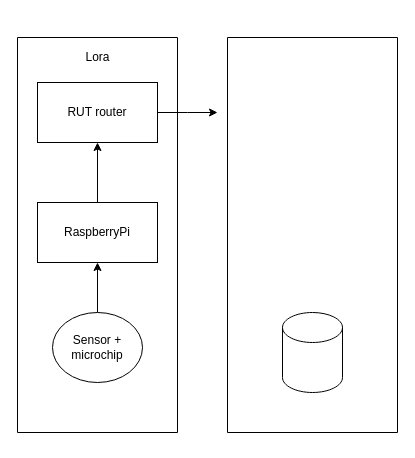
Before: Untitled Diagram.drawio in emilbang/emilbang.github.io, a draw.io diagram. Source tidied: cells renumbered, new cells numbered last; positions are measured from the earlier drawing's top-left corner, leaving out a move shared by most shapes. Both pictures are drawn from the tidied source at 100%, with x=0, y=0 at pixel (17, 37).
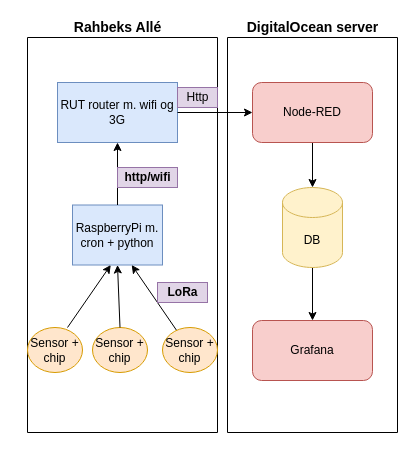
Above is the later version.

Unchanged cells that the change refers to:
```xml
<mxCell id="9" style="swimlane;startSize=0;" parent="1" vertex="1">
  <mxGeometry x="210" width="170" height="395" as="geometry" />
</mxCell>
```

Diff of the diagram source:
```diff
@@
     <mxCell id="2" style="swimlane;startSize=0;" parent="1" vertex="1">
-      <mxGeometry width="160" height="395" as="geometry" />
+      <mxGeometry x="10" width="190" height="395" as="geometry" />
     </mxCell>
-    <mxCell id="3" value="RaspberryPi" style="rounded=0;whiteSpace=wrap;html=1;" parent="2" vertex="1">
-      <mxGeometry x="20" y="165" width="120" height="60" as="geometry" />
+    <mxCell id="3" value="RaspberryPi m. cron + python" style="rounded=0;whiteSpace=wrap;html=1;fillColor=#dae8fc;strokeColor=#6c8ebf;" parent="2" vertex="1">
+      <mxGeometry x="45" y="167.5" width="90" height="60" as="geometry" />
     </mxCell>
-    <mxCell id="4" style="endArrow=classic;html=1;rounded=0;entryX=0.5;entryY=1;entryDx=0;entryDy=0;startArrow=none;" parent="2" edge="1" source="8" target="3">
+    <mxCell id="4" style="endArrow=classic;html=1;rounded=0;entryX=0.658;entryY=1;entryDx=0;entryDy=0;startArrow=none;entryPerimeter=0;" parent="2" edge="1" source="8" target="3">
       <mxGeometry relative="1" as="geometry" />
     </mxCell>
@@
-    <mxCell id="6" value="RUT router" style="rounded=0;whiteSpace=wrap;html=1;" parent="2" vertex="1">
-      <mxGeometry x="20" y="45" width="120" height="60" as="geometry" />
+    <mxCell id="6" value="RUT router m. wifi og 3G" style="rounded=0;whiteSpace=wrap;html=1;fillColor=#dae8fc;strokeColor=#6c8ebf;" parent="2" vertex="1">
+      <mxGeometry x="30" y="45" width="120" height="60" as="geometry" />
     </mxCell>
-    <mxCell id="7" value="Lora" style="text;html=1;align=center;verticalAlign=middle;strokeColor=none;fillColor=none;" parent="2" vertex="1">
-      <mxGeometry x="60" y="10" width="40" height="20" as="geometry" />
+    <mxCell id="7" value="LoRa" style="text;html=1;align=center;verticalAlign=middle;strokeColor=#9673a6;fillColor=#e1d5e7;fontStyle=1;labelBackgroundColor=none;" parent="2" vertex="1">
+      <mxGeometry x="130" y="245" width="50" height="20" as="geometry" />
     </mxCell>
-    <mxCell id="8" value="Sensor + microchip" style="ellipse;whiteSpace=wrap;html=1;" parent="2" vertex="1">
-      <mxGeometry x="35" y="275" width="90" height="70" as="geometry" />
+    <mxCell id="8" value="Sensor + &lt;br&gt;chip" style="ellipse;whiteSpace=wrap;html=1;fillColor=#ffe6cc;strokeColor=#d79b00;" parent="2" vertex="1">
+      <mxGeometry x="135" y="290" width="55" height="45" as="geometry" />
     </mxCell>
+    <mxCell id="13" value="http/wifi&lt;br&gt;" style="text;html=1;align=center;verticalAlign=middle;strokeColor=#9673a6;fillColor=#e1d5e7;fontStyle=1;" parent="2" vertex="1">
+      <mxGeometry x="90" y="130" width="60" height="20" as="geometry" />
+    </mxCell>
+    <mxCell id="14" value="Sensor + chip" style="ellipse;whiteSpace=wrap;html=1;fillColor=#ffe6cc;strokeColor=#d79b00;" parent="2" vertex="1">
+      <mxGeometry x="65" y="290" width="55" height="45" as="geometry" />
+    </mxCell>
+    <mxCell id="15" value="Sensor + &lt;br&gt;chip" style="ellipse;whiteSpace=wrap;html=1;fillColor=#ffe6cc;strokeColor=#d79b00;" parent="2" vertex="1">
+      <mxGeometry y="290" width="55" height="45" as="geometry" />
+    </mxCell>
+    <mxCell id="16" style="endArrow=classic;html=1;rounded=0;entryX=0.425;entryY=1;entryDx=0;entryDy=0;entryPerimeter=0;" parent="2" edge="1" target="3">
+      <mxGeometry relative="1" as="geometry">
+        <mxPoint x="40" y="290" as="sourcePoint" />
+      </mxGeometry>
+    </mxCell>
+    <mxCell id="17" style="endArrow=classic;html=1;rounded=0;exitX=0.5;exitY=0;exitDx=0;exitDy=0;entryX=0.5;entryY=1;entryDx=0;entryDy=0;" parent="2" edge="1" source="14" target="3">
+      <mxGeometry relative="1" as="geometry" />
+    </mxCell>
@@
+    <mxCell id="18" style="edgeStyle=orthogonalEdgeStyle;rounded=0;jettySize=auto;html=1;" parent="9" edge="1" source="10" target="21">
+      <mxGeometry relative="1" as="geometry" />
+    </mxCell>
-    <mxCell id="10" style="shape=cylinder3;whiteSpace=wrap;html=1;boundedLbl=1;backgroundOutline=1;size=15;" parent="9" vertex="1">
-      <mxGeometry x="55" y="275" width="60" height="80" as="geometry" />
+    <mxCell id="10" value="DB" style="shape=cylinder3;whiteSpace=wrap;html=1;boundedLbl=1;backgroundOutline=1;size=15;fillColor=#fff2cc;strokeColor=#d6b656;" parent="9" vertex="1">
+      <mxGeometry x="55" y="150" width="60" height="80" as="geometry" />
     </mxCell>
+    <mxCell id="19" style="edgeStyle=orthogonalEdgeStyle;rounded=0;jettySize=auto;html=1;" parent="9" edge="1" source="20" target="10">
+      <mxGeometry relative="1" as="geometry" />
+    </mxCell>
+    <mxCell id="20" value="Node-RED" style="rounded=1;whiteSpace=wrap;html=1;fillColor=#f8cecc;strokeColor=#b85450;" parent="9" vertex="1">
+      <mxGeometry x="25" y="45" width="120" height="60" as="geometry" />
+    </mxCell>
+    <mxCell id="21" value="Grafana" style="rounded=1;whiteSpace=wrap;html=1;fillColor=#f8cecc;strokeColor=#b85450;" parent="9" vertex="1">
+      <mxGeometry x="25" y="283" width="120" height="60" as="geometry" />
+    </mxCell>
-    <mxCell id="11" style="edgeStyle=orthogonalEdgeStyle;rounded=0;jettySize=auto;html=1;exitX=1;exitY=0.5;exitDx=0;exitDy=0;" parent="1" edge="1" source="6">
-      <mxGeometry relative="1" as="geometry">
-        <mxPoint x="200" y="75" as="targetPoint" />
-      </mxGeometry>
+    <mxCell id="11" style="edgeStyle=orthogonalEdgeStyle;rounded=0;jettySize=auto;html=1;exitX=1;exitY=0.5;exitDx=0;exitDy=0;entryX=0;entryY=0.5;entryDx=0;entryDy=0;" parent="1" edge="1" source="6" target="20">
+      <mxGeometry relative="1" as="geometry" />
     </mxCell>
@@
+    <mxCell id="22" value="Http" style="text;html=1;align=center;verticalAlign=middle;strokeColor=#9673a6;fillColor=#e1d5e7;" parent="1" vertex="1">
+      <mxGeometry x="160" y="50" width="40" height="20" as="geometry" />
+    </mxCell>
+    <mxCell id="23" value="DigitalOcean server" style="text;html=1;align=center;verticalAlign=middle;strokeColor=none;fillColor=none;strokeWidth=2;fontSize=14;fontStyle=1;" parent="1" vertex="1">
+      <mxGeometry x="220" y="-20" width="150" height="20" as="geometry" />
+    </mxCell>
+    <mxCell id="24" value="Rahbeks Allé" style="text;html=1;align=center;verticalAlign=middle;strokeColor=none;fillColor=none;strokeWidth=2;fontSize=14;fontStyle=1;" parent="1" vertex="1">
+      <mxGeometry x="50" y="-20" width="100" height="20" as="geometry" />
+    </mxCell>
```
